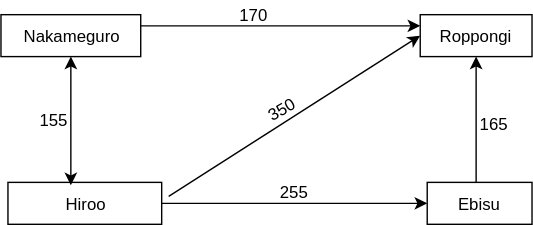
Before: data-structures/graph/weighted-graph.svg, a diagram exported from draw.io (furixturi/algorithm-notes). Source tidied: cells renumbered, new cells last; positions are measured from the earlier drawing's top-left corner, leaving out a move shared by most shapes.
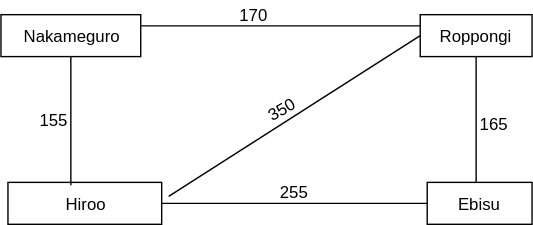
The same file after the commit.

Diff of the diagram source:
```diff
@@ -14,23 +14,23 @@
     <mxCell id="5" value="Hiroo" style="text;html=1;strokeColor=#000000;fillColor=none;align=center;verticalAlign=middle;whiteSpace=wrap;rounded=0;" parent="1" vertex="1">
       <mxGeometry x="5" y="130" width="110" height="30" as="geometry" />
     </mxCell>
-    <mxCell id="6" style="endArrow=classic;html=1;exitX=1;exitY=0.25;exitDx=0;exitDy=0;entryX=0;entryY=0.25;entryDx=0;entryDy=0;" parent="1" edge="1" source="2" target="3">
+    <mxCell id="6" style="endArrow=none;html=1;exitX=1;exitY=0.25;exitDx=0;exitDy=0;entryX=0;entryY=0.25;entryDx=0;entryDy=0;endFill=0;" parent="1" edge="1" source="2" target="3">
       <mxGeometry relative="1" as="geometry" />
     </mxCell>
-    <mxCell id="7" style="endArrow=classic;html=1;entryX=0;entryY=0.5;entryDx=0;entryDy=0;" parent="1" edge="1" target="3">
+    <mxCell id="7" style="endArrow=none;html=1;entryX=0;entryY=0.5;entryDx=0;entryDy=0;endFill=0;" parent="1" edge="1" target="3">
       <mxGeometry relative="1" as="geometry">
         <mxPoint x="120" y="140" as="sourcePoint" />
       </mxGeometry>
     </mxCell>
-    <mxCell id="8" style="endArrow=classic;html=1;entryX=0.5;entryY=1;entryDx=0;entryDy=0;exitX=0.409;exitY=0.067;exitDx=0;exitDy=0;exitPerimeter=0;startArrow=classic;startFill=1;" parent="1" edge="1" source="5" target="2">
+    <mxCell id="8" style="endArrow=none;html=1;entryX=0.5;entryY=1;entryDx=0;entryDy=0;exitX=0.409;exitY=0.067;exitDx=0;exitDy=0;exitPerimeter=0;startArrow=none;startFill=0;endFill=0;" parent="1" edge="1" source="5" target="2">
       <mxGeometry relative="1" as="geometry" />
     </mxCell>
-    <mxCell id="9" style="endArrow=classic;html=1;entryX=0.5;entryY=1;entryDx=0;entryDy=0;" parent="1" edge="1" target="3">
+    <mxCell id="9" style="endArrow=none;html=1;entryX=0.5;entryY=1;entryDx=0;entryDy=0;endFill=0;" parent="1" edge="1" target="3">
       <mxGeometry relative="1" as="geometry">
         <mxPoint x="340" y="130" as="sourcePoint" />
       </mxGeometry>
     </mxCell>
-    <mxCell id="10" style="endArrow=classic;html=1;entryX=0;entryY=0.5;entryDx=0;entryDy=0;exitX=1;exitY=0.5;exitDx=0;exitDy=0;" parent="1" edge="1" source="5" target="4">
+    <mxCell id="10" style="endArrow=none;html=1;entryX=0;entryY=0.5;entryDx=0;entryDy=0;exitX=1;exitY=0.5;exitDx=0;exitDy=0;endFill=0;" parent="1" edge="1" source="5" target="4">
       <mxGeometry relative="1" as="geometry" />
     </mxCell>
     <mxCell id="11" value="170" style="text;html=1;strokeColor=none;fillColor=none;align=center;verticalAlign=middle;whiteSpace=wrap;rounded=0;" parent="1" vertex="1">
```
